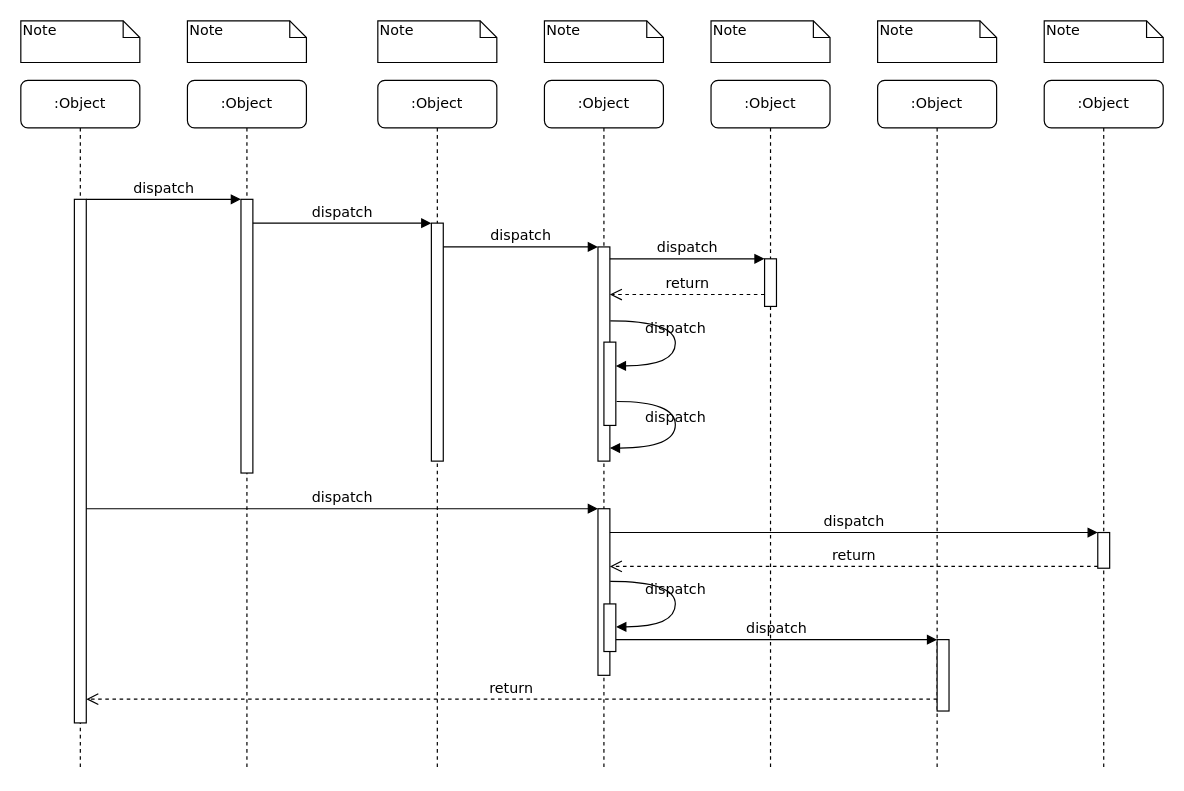
Above: page "新建工单" (1 of 3) of 自动化标定时序图.drawio in viking-wj/software (draw.io), before the change. Source tidied: cells renumbered, new cells numbered last; positions are measured from the earlier drawing's top-left corner, leaving out a move shared by most shapes. Both pictures are drawn from the tidied source at 119%, with x=0, y=0 at pixel (20, 20).
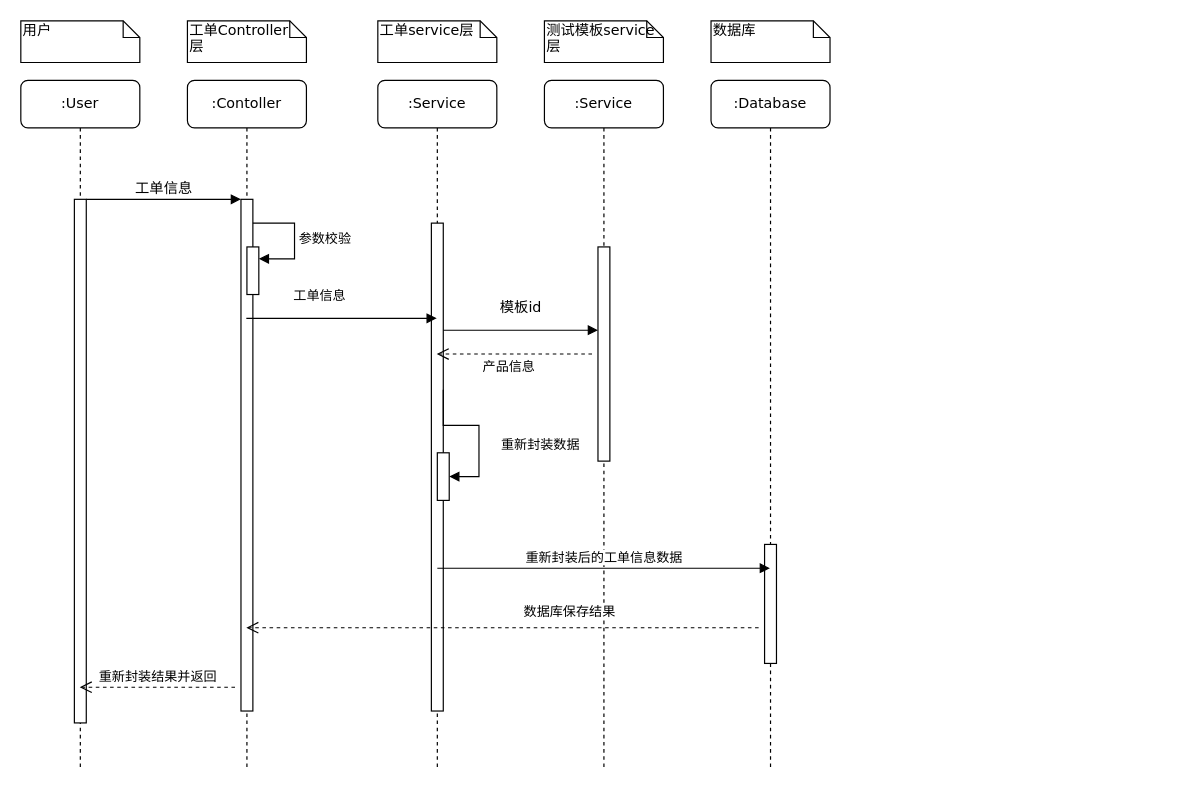
Above is the later version.

Commit message:
更新自动化标定时序图.drawio

The change refers to these unchanged cells:
```xml
<mxCell id="11" style="html=1;points=[];perimeter=orthogonalPerimeter;rounded=0;shadow=0;comic=0;labelBackgroundColor=none;strokeWidth=1;fontFamily=Verdana;fontSize=12;align=center;" parent="10" vertex="1">
  <mxGeometry x="45" y="100" width="10" height="440" as="geometry" />
</mxCell>
<mxCell id="12" style="html=1;points=[];perimeter=orthogonalPerimeter;rounded=0;shadow=0;comic=0;labelBackgroundColor=none;strokeWidth=1;fontFamily=Verdana;fontSize=12;align=center;" parent="1" vertex="1">
  <mxGeometry x="485" y="190" width="10" height="180" as="geometry" />
</mxCell>
```

Diff of the diagram source:
```diff
@@
-    <mxCell id="2" value=":Object" style="shape=umlLifeline;perimeter=lifelinePerimeter;whiteSpace=wrap;html=1;outlineConnect=0;rounded=1;shadow=0;comic=0;labelBackgroundColor=none;strokeWidth=1;fontFamily=Verdana;fontSize=12;align=center;" parent="1" vertex="1">
+    <mxCell id="2" value=":Contoller" style="shape=umlLifeline;perimeter=lifelinePerimeter;whiteSpace=wrap;html=1;outlineConnect=0;rounded=1;shadow=0;comic=0;labelBackgroundColor=none;strokeWidth=1;fontFamily=Verdana;fontSize=12;align=center;" parent="1" vertex="1">
       <mxGeometry x="140" y="50" width="100" height="580" as="geometry" />
     </mxCell>
     <mxCell id="3" style="html=1;points=[];perimeter=orthogonalPerimeter;rounded=0;shadow=0;comic=0;labelBackgroundColor=none;strokeWidth=1;fontFamily=Verdana;fontSize=12;align=center;" parent="2" vertex="1">
-      <mxGeometry x="45" y="100" width="10" height="230" as="geometry" />
+      <mxGeometry x="45" y="100" width="10" height="430" as="geometry" />
     </mxCell>
-    <mxCell id="4" value=":Object" style="shape=umlLifeline;perimeter=lifelinePerimeter;whiteSpace=wrap;html=1;outlineConnect=0;rounded=1;shadow=0;comic=0;labelBackgroundColor=none;strokeWidth=1;fontFamily=Verdana;fontSize=12;align=center;" parent="1" vertex="1">
+    <mxCell id="4" value=":Service" style="shape=umlLifeline;perimeter=lifelinePerimeter;whiteSpace=wrap;html=1;outlineConnect=0;rounded=1;shadow=0;comic=0;labelBackgroundColor=none;strokeWidth=1;fontFamily=Verdana;fontSize=12;align=center;" parent="1" vertex="1">
       <mxGeometry x="300" y="50" width="100" height="580" as="geometry" />
     </mxCell>
     <mxCell id="5" style="html=1;points=[];perimeter=orthogonalPerimeter;rounded=0;shadow=0;comic=0;labelBackgroundColor=none;strokeWidth=1;fontFamily=Verdana;fontSize=12;align=center;" parent="4" vertex="1">
-      <mxGeometry x="45" y="120" width="10" height="200" as="geometry" />
+      <mxGeometry x="45" y="120" width="10" height="410" as="geometry" />
     </mxCell>
+    <mxCell id="39" style="html=1;points=[];perimeter=orthogonalPerimeter;outlineConnect=0;targetShapes=umlLifeline;portConstraint=eastwest;newEdgeStyle={&quot;edgeStyle&quot;:&quot;elbowEdgeStyle&quot;,&quot;elbow&quot;:&quot;vertical&quot;,&quot;curved&quot;:0,&quot;rounded&quot;:0};" parent="4" vertex="1">
+      <mxGeometry x="50" y="313" width="10" height="40" as="geometry" />
+    </mxCell>
+    <mxCell id="40" value="重新封装数据" style="html=1;align=left;spacingLeft=2;endArrow=block;rounded=0;edgeStyle=orthogonalEdgeStyle;curved=0;rounded=0;" parent="4" edge="1" target="39">
+      <mxGeometry x="0.18" y="15" relative="1" as="geometry">
+        <mxPoint x="55" y="260" as="sourcePoint" />
+        <Array as="points">
+          <mxPoint x="85" y="290" />
+        </Array>
+      </mxGeometry>
+    </mxCell>
-    <mxCell id="6" value=":Object" style="shape=umlLifeline;perimeter=lifelinePerimeter;whiteSpace=wrap;html=1;rounded=1;shadow=0;comic=0;labelBackgroundColor=none;strokeWidth=1;fontFamily=Verdana;fontSize=12;align=center;" parent="1" vertex="1">
+    <mxCell id="6" value=":Service" style="shape=umlLifeline;perimeter=lifelinePerimeter;whiteSpace=wrap;html=1;rounded=1;shadow=0;comic=0;labelBackgroundColor=none;strokeWidth=1;fontFamily=Verdana;fontSize=12;align=center;" parent="1" vertex="1">
       <mxGeometry x="440" y="50" width="100" height="580" as="geometry" />
     </mxCell>
-    <mxCell id="7" value=":Object" style="shape=umlLifeline;perimeter=lifelinePerimeter;whiteSpace=wrap;html=1;outlineConnect=0;rounded=1;shadow=0;comic=0;labelBackgroundColor=none;strokeWidth=1;fontFamily=Verdana;fontSize=12;align=center;" parent="1" vertex="1">
+    <mxCell id="7" value=":Database" style="shape=umlLifeline;perimeter=lifelinePerimeter;whiteSpace=wrap;html=1;outlineConnect=0;rounded=1;shadow=0;comic=0;labelBackgroundColor=none;strokeWidth=1;fontFamily=Verdana;fontSize=12;align=center;" parent="1" vertex="1">
       <mxGeometry x="580" y="50" width="100" height="580" as="geometry" />
     </mxCell>
-    <mxCell id="8" value=":Object" style="shape=umlLifeline;perimeter=lifelinePerimeter;whiteSpace=wrap;html=1;rounded=1;shadow=0;comic=0;labelBackgroundColor=none;strokeWidth=1;fontFamily=Verdana;fontSize=12;align=center;" parent="1" vertex="1">
-      <mxGeometry x="720" y="50" width="100" height="580" as="geometry" />
-    </mxCell>
-    <mxCell id="9" value=":Object" style="shape=umlLifeline;perimeter=lifelinePerimeter;whiteSpace=wrap;html=1;rounded=1;shadow=0;comic=0;labelBackgroundColor=none;strokeWidth=1;fontFamily=Verdana;fontSize=12;align=center;" parent="1" vertex="1">
-      <mxGeometry x="860" y="50" width="100" height="580" as="geometry" />
-    </mxCell>
+    <mxCell id="14" style="html=1;points=[];perimeter=orthogonalPerimeter;rounded=0;shadow=0;comic=0;labelBackgroundColor=none;strokeWidth=1;fontFamily=Verdana;fontSize=12;align=center;" parent="7" vertex="1">
+      <mxGeometry x="45" y="390" width="10" height="100" as="geometry" />
+    </mxCell>
-    <mxCell id="10" value=":Object" style="shape=umlLifeline;perimeter=lifelinePerimeter;whiteSpace=wrap;html=1;outlineConnect=0;rounded=1;shadow=0;comic=0;labelBackgroundColor=none;strokeWidth=1;fontFamily=Verdana;fontSize=12;align=center;" parent="1" vertex="1">
+    <mxCell id="10" value=":User" style="shape=umlLifeline;perimeter=lifelinePerimeter;whiteSpace=wrap;html=1;outlineConnect=0;rounded=1;shadow=0;comic=0;labelBackgroundColor=none;strokeWidth=1;fontFamily=Verdana;fontSize=12;align=center;" parent="1" vertex="1">
       <mxGeometry y="50" width="100" height="580" as="geometry" />
     </mxCell>
@@
-    <mxCell id="13" value="dispatch" style="html=1;verticalAlign=bottom;endArrow=block;labelBackgroundColor=none;fontFamily=Verdana;fontSize=12;edgeStyle=elbowEdgeStyle;elbow=vertical;" parent="1" edge="1" source="5" target="12">
-      <mxGeometry relative="1" as="geometry">
+    <mxCell id="13" value="模板id" style="html=1;verticalAlign=bottom;endArrow=block;labelBackgroundColor=none;fontFamily=Verdana;fontSize=12;edgeStyle=elbowEdgeStyle;elbow=vertical;" parent="1" edge="1" source="5" target="12">
+      <mxGeometry y="10" relative="1" as="geometry">
         <Array as="points">
+          <mxPoint x="400" y="260" />
+          <mxPoint x="390" y="280" />
           <mxPoint x="360" y="190" />
         </Array>
       </mxGeometry>
     </mxCell>
-    <mxCell id="14" style="html=1;points=[];perimeter=orthogonalPerimeter;rounded=0;shadow=0;comic=0;labelBackgroundColor=none;strokeWidth=1;fontFamily=Verdana;fontSize=12;align=center;" parent="1" vertex="1">
-      <mxGeometry x="625" y="200" width="10" height="40" as="geometry" />
-    </mxCell>
-    <mxCell id="15" value="dispatch" style="html=1;verticalAlign=bottom;endArrow=block;entryX=0;entryY=0;labelBackgroundColor=none;fontFamily=Verdana;fontSize=12;edgeStyle=elbowEdgeStyle;elbow=vertical;" parent="1" edge="1" source="12" target="14">
-      <mxGeometry relative="1" as="geometry" />
-    </mxCell>
-    <mxCell id="16" value="return" style="html=1;verticalAlign=bottom;endArrow=open;dashed=1;endSize=8;labelBackgroundColor=none;fontFamily=Verdana;fontSize=12;edgeStyle=elbowEdgeStyle;elbow=vertical;" parent="1" edge="1" source="14" target="12">
-      <mxGeometry relative="1" as="geometry">
-        <Array as="points">
-          <mxPoint x="570" y="230" />
-          <mxPoint x="600" y="230" />
-        </Array>
-      </mxGeometry>
-    </mxCell>
-    <mxCell id="17" style="html=1;points=[];perimeter=orthogonalPerimeter;rounded=0;shadow=0;comic=0;labelBackgroundColor=none;strokeWidth=1;fontFamily=Verdana;fontSize=12;align=center;" parent="1" vertex="1">
-      <mxGeometry x="485" y="410" width="10" height="140" as="geometry" />
-    </mxCell>
-    <mxCell id="18" value="dispatch" style="html=1;verticalAlign=bottom;endArrow=block;entryX=0;entryY=0;labelBackgroundColor=none;fontFamily=Verdana;fontSize=12;" parent="1" edge="1" source="11" target="17">
-      <mxGeometry relative="1" as="geometry" />
-    </mxCell>
-    <mxCell id="19" style="html=1;points=[];perimeter=orthogonalPerimeter;rounded=0;shadow=0;comic=0;labelBackgroundColor=none;strokeColor=#000000;strokeWidth=1;fillColor=#FFFFFF;fontFamily=Verdana;fontSize=12;fontColor=#000000;align=center;" parent="1" vertex="1">
-      <mxGeometry x="905" y="430" width="10" height="30" as="geometry" />
-    </mxCell>
-    <mxCell id="20" value="dispatch" style="html=1;verticalAlign=bottom;endArrow=block;entryX=0;entryY=0;labelBackgroundColor=none;fontFamily=Verdana;fontSize=12;" parent="1" edge="1" source="17" target="19">
-      <mxGeometry relative="1" as="geometry" />
-    </mxCell>
-    <mxCell id="21" value="return" style="html=1;verticalAlign=bottom;endArrow=open;dashed=1;endSize=8;exitX=0;exitY=0.95;labelBackgroundColor=none;fontFamily=Verdana;fontSize=12;" parent="1" edge="1" source="19" target="17">
-      <mxGeometry relative="1" as="geometry" />
-    </mxCell>
-    <mxCell id="22" style="html=1;points=[];perimeter=orthogonalPerimeter;rounded=0;shadow=0;comic=0;labelBackgroundColor=none;strokeWidth=1;fontFamily=Verdana;fontSize=12;align=center;" parent="1" vertex="1">
-      <mxGeometry x="770" y="520" width="10" height="60" as="geometry" />
-    </mxCell>
-    <mxCell id="23" value="dispatch" style="html=1;verticalAlign=bottom;endArrow=block;entryX=0;entryY=0;labelBackgroundColor=none;fontFamily=Verdana;fontSize=12;edgeStyle=elbowEdgeStyle;elbow=vertical;" parent="1" edge="1" source="30" target="22">
-      <mxGeometry relative="1" as="geometry" />
-    </mxCell>
-    <mxCell id="24" value="return" style="html=1;verticalAlign=bottom;endArrow=open;dashed=1;endSize=8;labelBackgroundColor=none;fontFamily=Verdana;fontSize=12;edgeStyle=elbowEdgeStyle;elbow=vertical;" parent="1" edge="1" source="22" target="11">
-      <mxGeometry relative="1" as="geometry">
-        <Array as="points">
-          <mxPoint x="470" y="570" />
-        </Array>
-      </mxGeometry>
-    </mxCell>
-    <mxCell id="25" value="dispatch" style="html=1;verticalAlign=bottom;endArrow=block;entryX=0;entryY=0;labelBackgroundColor=none;fontFamily=Verdana;fontSize=12;edgeStyle=elbowEdgeStyle;elbow=vertical;" parent="1" edge="1" source="11" target="3">
+    <mxCell id="25" value="工单信息" style="html=1;verticalAlign=bottom;endArrow=block;entryX=0;entryY=0;labelBackgroundColor=none;fontFamily=Verdana;fontSize=12;edgeStyle=elbowEdgeStyle;elbow=vertical;" parent="1" edge="1" source="11" target="3">
       <mxGeometry relative="1" as="geometry" />
     </mxCell>
-    <mxCell id="26" value="dispatch" style="html=1;verticalAlign=bottom;endArrow=block;entryX=0;entryY=0;labelBackgroundColor=none;fontFamily=Verdana;fontSize=12;edgeStyle=elbowEdgeStyle;elbow=vertical;" parent="1" edge="1" source="3" target="5">
-      <mxGeometry relative="1" as="geometry" />
-    </mxCell>
-    <mxCell id="27" style="html=1;points=[];perimeter=orthogonalPerimeter;rounded=0;shadow=0;comic=0;labelBackgroundColor=none;strokeWidth=1;fontFamily=Verdana;fontSize=12;align=center;" parent="1" vertex="1">
-      <mxGeometry x="490" y="270" width="10" height="70" as="geometry" />
-    </mxCell>
-    <mxCell id="28" value="dispatch" style="html=1;verticalAlign=bottom;endArrow=block;labelBackgroundColor=none;fontFamily=Verdana;fontSize=12;elbow=vertical;edgeStyle=orthogonalEdgeStyle;curved=1;entryX=1;entryY=0.286;entryPerimeter=0;exitX=1.038;exitY=0.345;exitPerimeter=0;" parent="1" edge="1" source="12" target="27">
-      <mxGeometry relative="1" as="geometry">
-        <Array as="points">
-          <mxPoint x="550" y="252" />
-          <mxPoint x="550" y="290" />
-        </Array>
-      </mxGeometry>
-    </mxCell>
-    <mxCell id="29" value="dispatch" style="html=1;verticalAlign=bottom;endArrow=block;labelBackgroundColor=none;fontFamily=Verdana;fontSize=12;elbow=vertical;edgeStyle=orthogonalEdgeStyle;curved=1;exitX=1.066;exitY=0.713;exitPerimeter=0;" parent="1" edge="1" source="27">
-      <mxGeometry relative="1" as="geometry">
-        <mxPoint x="495" y="359" as="targetPoint" />
-        <Array as="points">
-          <mxPoint x="550" y="320" />
-          <mxPoint x="550" y="359" />
-        </Array>
-      </mxGeometry>
-    </mxCell>
-    <mxCell id="30" style="html=1;points=[];perimeter=orthogonalPerimeter;rounded=0;shadow=0;comic=0;labelBackgroundColor=none;strokeWidth=1;fontFamily=Verdana;fontSize=12;align=center;" parent="1" vertex="1">
-      <mxGeometry x="490" y="490" width="10" height="40" as="geometry" />
-    </mxCell>
-    <mxCell id="31" value="dispatch" style="html=1;verticalAlign=bottom;endArrow=block;labelBackgroundColor=none;fontFamily=Verdana;fontSize=12;elbow=vertical;edgeStyle=orthogonalEdgeStyle;curved=1;entryX=1;entryY=0.286;entryPerimeter=0;exitX=1.038;exitY=0.345;exitPerimeter=0;" parent="1" edge="1">
-      <mxGeometry relative="1" as="geometry">
-        <mxPoint x="495.3" y="471" as="sourcePoint" />
-        <mxPoint x="500.3" y="509.3" as="targetPoint" />
-        <Array as="points">
-          <mxPoint x="550" y="471" />
-          <mxPoint x="550" y="509" />
-        </Array>
-      </mxGeometry>
-    </mxCell>
-    <mxCell id="32" value="Note" style="shape=note;whiteSpace=wrap;html=1;size=14;verticalAlign=top;align=left;spacingTop=-6;rounded=0;shadow=0;comic=0;labelBackgroundColor=none;strokeWidth=1;fontFamily=Verdana;fontSize=12;" parent="1" vertex="1">
+    <mxCell id="32" value="用户" style="shape=note;whiteSpace=wrap;html=1;size=14;verticalAlign=top;align=left;spacingTop=-6;rounded=0;shadow=0;comic=0;labelBackgroundColor=none;strokeWidth=1;fontFamily=Verdana;fontSize=12;" parent="1" vertex="1">
       <mxGeometry width="100" height="35" as="geometry" />
     </mxCell>
-    <mxCell id="33" value="Note" style="shape=note;whiteSpace=wrap;html=1;size=14;verticalAlign=top;align=left;spacingTop=-6;rounded=0;shadow=0;comic=0;labelBackgroundColor=none;strokeWidth=1;fontFamily=Verdana;fontSize=12;" parent="1" vertex="1">
+    <mxCell id="33" value="工单Controller&lt;br&gt;层" style="shape=note;whiteSpace=wrap;html=1;size=14;verticalAlign=top;align=left;spacingTop=-6;rounded=0;shadow=0;comic=0;labelBackgroundColor=none;strokeWidth=1;fontFamily=Verdana;fontSize=12;" parent="1" vertex="1">
       <mxGeometry x="140" width="100" height="35" as="geometry" />
     </mxCell>
-    <mxCell id="34" value="Note" style="shape=note;whiteSpace=wrap;html=1;size=14;verticalAlign=top;align=left;spacingTop=-6;rounded=0;shadow=0;comic=0;labelBackgroundColor=none;strokeWidth=1;fontFamily=Verdana;fontSize=12;" parent="1" vertex="1">
+    <mxCell id="34" value="工单service层" style="shape=note;whiteSpace=wrap;html=1;size=14;verticalAlign=top;align=left;spacingTop=-6;rounded=0;shadow=0;comic=0;labelBackgroundColor=none;strokeWidth=1;fontFamily=Verdana;fontSize=12;" parent="1" vertex="1">
       <mxGeometry x="300" width="100" height="35" as="geometry" />
     </mxCell>
-    <mxCell id="35" value="Note" style="shape=note;whiteSpace=wrap;html=1;size=14;verticalAlign=top;align=left;spacingTop=-6;rounded=0;shadow=0;comic=0;labelBackgroundColor=none;strokeWidth=1;fontFamily=Verdana;fontSize=12;" parent="1" vertex="1">
+    <mxCell id="35" value="测试模板service层" style="shape=note;whiteSpace=wrap;html=1;size=14;verticalAlign=top;align=left;spacingTop=-6;rounded=0;shadow=0;comic=0;labelBackgroundColor=none;strokeWidth=1;fontFamily=Verdana;fontSize=12;" parent="1" vertex="1">
       <mxGeometry x="440" width="100" height="35" as="geometry" />
     </mxCell>
-    <mxCell id="36" value="Note" style="shape=note;whiteSpace=wrap;html=1;size=14;verticalAlign=top;align=left;spacingTop=-6;rounded=0;shadow=0;comic=0;labelBackgroundColor=none;strokeWidth=1;fontFamily=Verdana;fontSize=12;" parent="1" vertex="1">
+    <mxCell id="36" value="数据库" style="shape=note;whiteSpace=wrap;html=1;size=14;verticalAlign=top;align=left;spacingTop=-6;rounded=0;shadow=0;comic=0;labelBackgroundColor=none;strokeWidth=1;fontFamily=Verdana;fontSize=12;" parent="1" vertex="1">
       <mxGeometry x="580" width="100" height="35" as="geometry" />
     </mxCell>
-    <mxCell id="37" value="Note" style="shape=note;whiteSpace=wrap;html=1;size=14;verticalAlign=top;align=left;spacingTop=-6;rounded=0;shadow=0;comic=0;labelBackgroundColor=none;strokeWidth=1;fontFamily=Verdana;fontSize=12;" parent="1" vertex="1">
-      <mxGeometry x="720" width="100" height="35" as="geometry" />
-    </mxCell>
-    <mxCell id="38" value="Note" style="shape=note;whiteSpace=wrap;html=1;size=14;verticalAlign=top;align=left;spacingTop=-6;rounded=0;shadow=0;comic=0;labelBackgroundColor=none;strokeWidth=1;fontFamily=Verdana;fontSize=12;" parent="1" vertex="1">
-      <mxGeometry x="860" width="100" height="35" as="geometry" />
-    </mxCell>
+    <mxCell id="41" style="html=1;points=[];perimeter=orthogonalPerimeter;outlineConnect=0;targetShapes=umlLifeline;portConstraint=eastwest;newEdgeStyle={&quot;edgeStyle&quot;:&quot;elbowEdgeStyle&quot;,&quot;elbow&quot;:&quot;vertical&quot;,&quot;curved&quot;:0,&quot;rounded&quot;:0};" parent="1" vertex="1">
+      <mxGeometry x="190" y="190" width="10" height="40" as="geometry" />
+    </mxCell>
+    <mxCell id="42" value="参数校验" style="html=1;align=left;spacingLeft=2;endArrow=block;rounded=0;edgeStyle=orthogonalEdgeStyle;curved=0;rounded=0;" parent="1" edge="1" target="41">
+      <mxGeometry relative="1" as="geometry">
+        <mxPoint x="195" y="170" as="sourcePoint" />
+        <Array as="points">
+          <mxPoint x="230" y="170" />
+          <mxPoint x="230" y="200" />
+        </Array>
+      </mxGeometry>
+    </mxCell>
+    <mxCell id="43" value="工单信息" style="html=1;verticalAlign=bottom;endArrow=block;edgeStyle=elbowEdgeStyle;elbow=vertical;curved=0;rounded=0;" parent="1" edge="1" source="2" target="4">
+      <mxGeometry x="-0.24" y="10" relative="1" as="geometry">
+        <Array as="points">
+          <mxPoint x="250" y="250" />
+          <mxPoint x="270" y="280" />
+          <mxPoint x="270" y="310" />
+        </Array>
+      </mxGeometry>
+    </mxCell>
+    <mxCell id="44" value="产品信息" style="html=1;verticalAlign=bottom;endArrow=open;dashed=1;endSize=8;edgeStyle=elbowEdgeStyle;elbow=vertical;curved=0;rounded=0;" parent="1" edge="1" target="4">
+      <mxGeometry x="0.08" y="20" relative="1" as="geometry">
+        <mxPoint x="480" y="280" as="sourcePoint" />
+      </mxGeometry>
+    </mxCell>
+    <mxCell id="45" value="重新封装后的工单信息数据" style="html=1;verticalAlign=bottom;endArrow=block;edgeStyle=elbowEdgeStyle;elbow=vertical;curved=0;rounded=0;" parent="1" edge="1" target="7">
+      <mxGeometry relative="1" as="geometry">
+        <mxPoint x="350" y="460" as="sourcePoint" />
+      </mxGeometry>
+    </mxCell>
+    <mxCell id="46" value="数据库保存结果" style="html=1;verticalAlign=bottom;endArrow=open;dashed=1;endSize=8;edgeStyle=elbowEdgeStyle;elbow=vertical;curved=0;rounded=0;" parent="1" edge="1" target="2">
+      <mxGeometry x="-0.26" y="-4" relative="1" as="geometry">
+        <mxPoint x="620" y="510" as="sourcePoint" />
+      </mxGeometry>
+    </mxCell>
+    <mxCell id="47" value="重新封装结果并返回" style="html=1;verticalAlign=bottom;endArrow=open;dashed=1;endSize=8;edgeStyle=elbowEdgeStyle;elbow=vertical;curved=0;rounded=0;" parent="1" edge="1" target="10">
+      <mxGeometry relative="1" as="geometry">
+        <mxPoint x="180" y="560" as="sourcePoint" />
+      </mxGeometry>
+    </mxCell>
```
